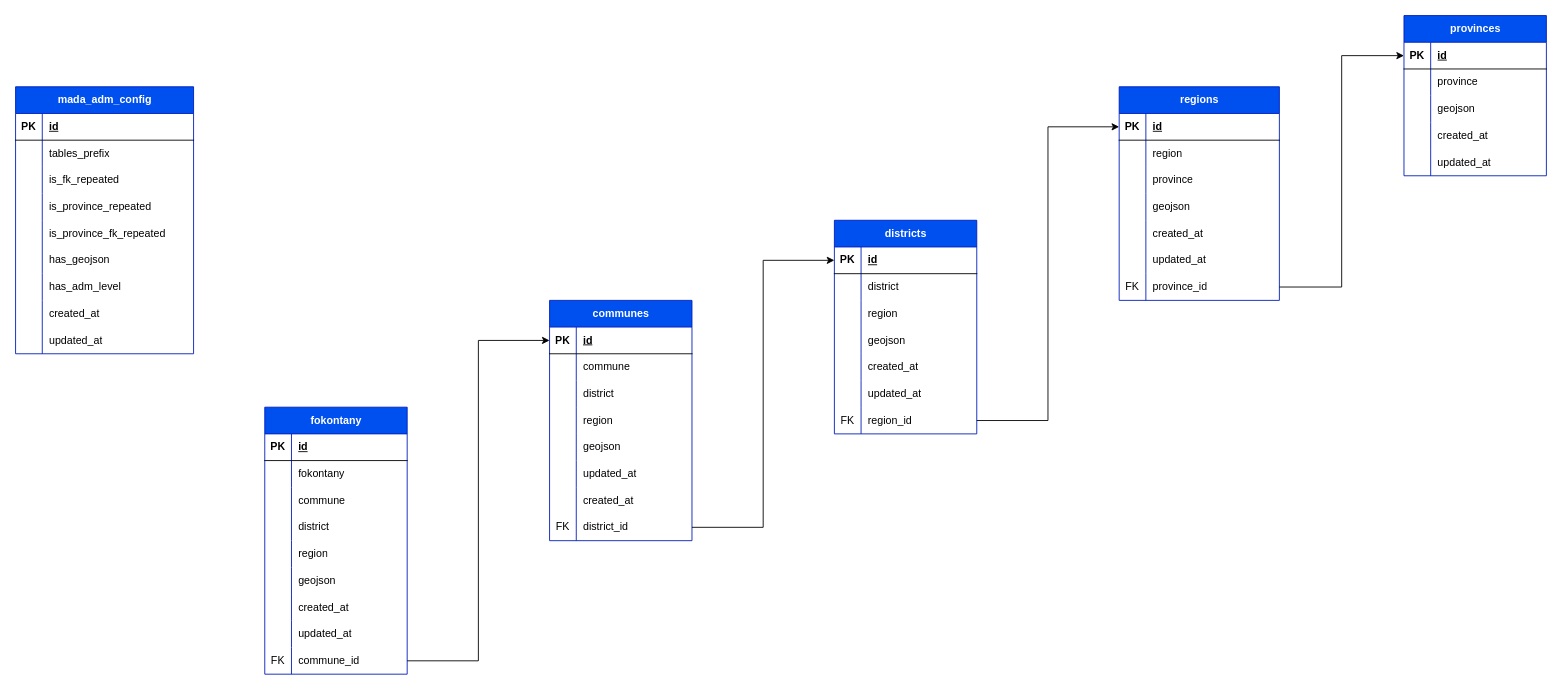
This is page "hasGeojson" (4 of 7) of diagrams/database.drawio from AmazingTool777-911/mada-adm, a draw.io file, before an edit. Source tidied: cells renumbered, new cells numbered last; positions are measured from the earlier drawing's top-left corner, leaving out a move shared by most shapes. Both pictures are drawn from the tidied source at 89%, with x=0, y=0 at pixel (15, 15).
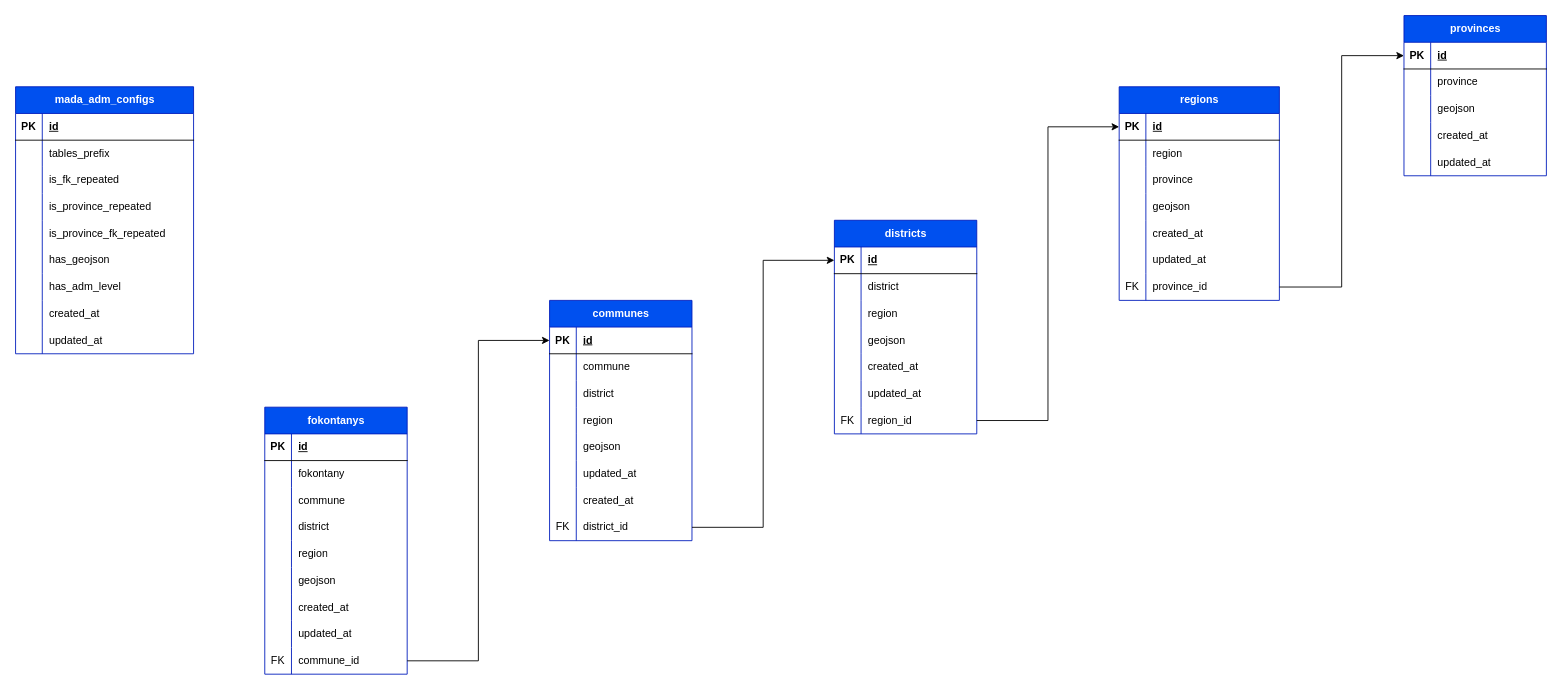
The same diagram, later.

Change to the diagram source:
```diff
@@
-    <mxCell id="2" value="fokontany" style="shape=table;startSize=30;childLayout=tableLayout;rowLines=0;fontStyle=1;align=center;html=1;fillColor=#0050ef;fontColor=#ffffff;strokeColor=#001DBC;" parent="1" vertex="1">
+    <mxCell id="2" value="fokontanys" style="shape=table;startSize=30;childLayout=tableLayout;rowLines=0;fontStyle=1;align=center;html=1;fillColor=#0050ef;fontColor=#ffffff;strokeColor=#001DBC;" parent="1" vertex="1">
       <mxGeometry x="280" y="440" width="160" height="300" as="geometry" />
     </mxCell>
@@
-    <mxCell id="118" value="mada_adm_config" style="shape=table;startSize=30;childLayout=tableLayout;rowLines=0;fontStyle=1;align=center;html=1;fillColor=#0050ef;fontColor=#ffffff;strokeColor=#001DBC;" parent="1" vertex="1">
+    <mxCell id="118" value="mada_adm_configs" style="shape=table;startSize=30;childLayout=tableLayout;rowLines=0;fontStyle=1;align=center;html=1;fillColor=#0050ef;fontColor=#ffffff;strokeColor=#001DBC;" parent="1" vertex="1">
       <mxGeometry y="80" width="200" height="300" as="geometry" />
     </mxCell>
```
